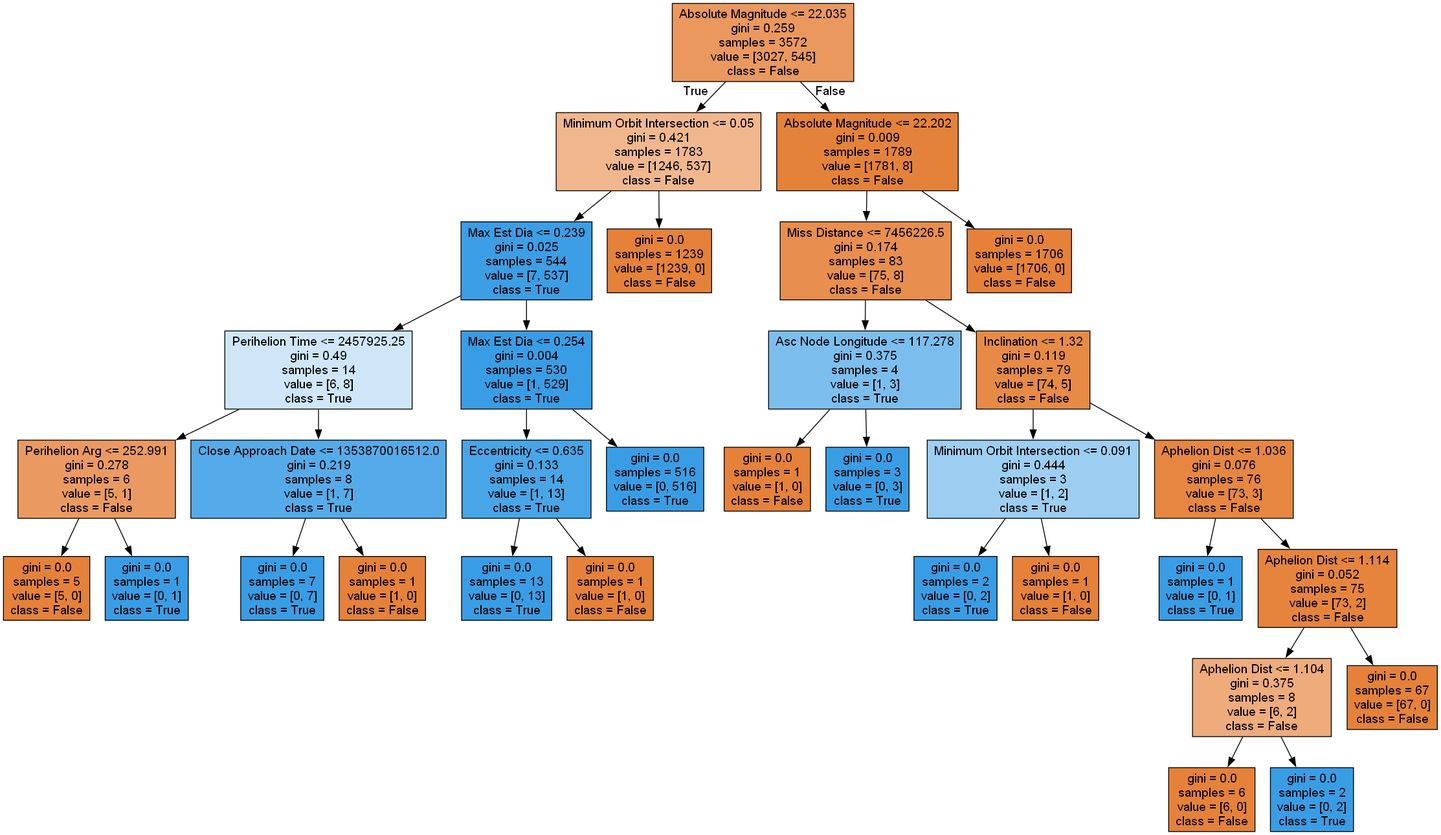
This is b_classifier/images/asteroid_dtc02.png from NoviceKim/machine-learning, a Graphviz export, as it was before one commit. Its source is kept beside it as b_classifier/images/asteroid_dtc02.dot. The source it was exported from:
```dot
digraph Tree {
node [shape=box, style="filled", color="black", fontname="helvetica"] ;
edge [fontname="helvetica"] ;
0 [label="Absolute Magnitude <= 22.035\ngini = 0.259\nsamples = 3572\nvalue = [3027, 545]\nclass = False", fillcolor="#ea985d"] ;
1 [label="Minimum Orbit Intersection <= 0.05\ngini = 0.421\nsamples = 1783\nvalue = [1246, 537]\nclass = False", fillcolor="#f0b78e"] ;
0 -> 1 [labeldistance=2.5, labelangle=45, headlabel="True"] ;
2 [label="Absolute Magnitude <= 21.979\ngini = 0.025\nsamples = 544\nvalue = [7, 537]\nclass = True", fillcolor="#3c9ee5"] ;
1 -> 2 ;
3 [label="Min Est Dia <= 0.113\ngini = 0.004\nsamples = 530\nvalue = [1, 529]\nclass = True", fillcolor="#399de5"] ;
2 -> 3 ;
4 [label="gini = 0.133\nsamples = 14\nvalue = [1, 13]\nclass = True", fillcolor="#48a5e7"] ;
3 -> 4 ;
5 [label="gini = 0.0\nsamples = 516\nvalue = [0, 516]\nclass = True", fillcolor="#399de5"] ;
3 -> 5 ;
6 [label="Close Approach Date <= 1116275015680.0\ngini = 0.49\nsamples = 14\nvalue = [6, 8]\nclass = True", fillcolor="#cee6f8"] ;
2 -> 6 ;
7 [label="gini = 0.219\nsamples = 8\nvalue = [1, 7]\nclass = True", fillcolor="#55abe9"] ;
6 -> 7 ;
8 [label="gini = 0.278\nsamples = 6\nvalue = [5, 1]\nclass = False", fillcolor="#ea9a61"] ;
6 -> 8 ;
9 [label="gini = 0.0\nsamples = 1239\nvalue = [1239, 0]\nclass = False", fillcolor="#e58139"] ;
1 -> 9 ;
10 [label="Max Est Dia <= 0.216\ngini = 0.009\nsamples = 1789\nvalue = [1781, 8]\nclass = False", fillcolor="#e5823a"] ;
0 -> 10 [labeldistance=2.5, labelangle=-45, headlabel="False"] ;
11 [label="gini = 0.0\nsamples = 1706\nvalue = [1706, 0]\nclass = False", fillcolor="#e58139"] ;
10 -> 11 ;
12 [label="Miss Distance <= 7456226.5\ngini = 0.174\nsamples = 83\nvalue = [75, 8]\nclass = False", fillcolor="#e88e4e"] ;
10 -> 12 ;
13 [label="gini = 0.375\nsamples = 4\nvalue = [1, 3]\nclass = True", fillcolor="#7bbeee"] ;
12 -> 13 ;
14 [label="Inclination <= 1.32\ngini = 0.119\nsamples = 79\nvalue = [74, 5]\nclass = False", fillcolor="#e78a46"] ;
12 -> 14 ;
15 [label="gini = 0.444\nsamples = 3\nvalue = [1, 2]\nclass = True", fillcolor="#9ccef2"] ;
14 -> 15 ;
16 [label="gini = 0.076\nsamples = 76\nvalue = [73, 3]\nclass = False", fillcolor="#e68641"] ;
14 -> 16 ;
}
```
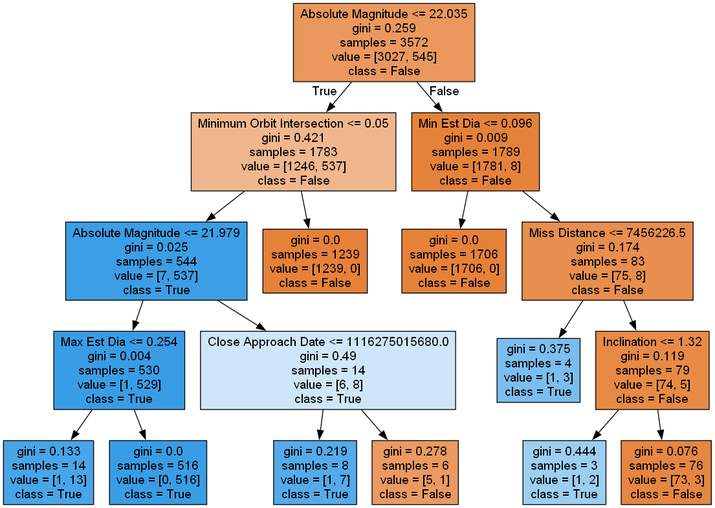
After the commit.

What changed in the source:
```diff
@@ -6,7 +6,7 @@
 0 -> 1 [labeldistance=2.5, labelangle=45, headlabel="True"] ;
 2 [label="Absolute Magnitude <= 21.979\ngini = 0.025\nsamples = 544\nvalue = [7, 537]\nclass = True", fillcolor="#3c9ee5"] ;
 1 -> 2 ;
-3 [label="Min Est Dia <= 0.113\ngini = 0.004\nsamples = 530\nvalue = [1, 529]\nclass = True", fillcolor="#399de5"] ;
+3 [label="Max Est Dia <= 0.254\ngini = 0.004\nsamples = 530\nvalue = [1, 529]\nclass = True", fillcolor="#399de5"] ;
 2 -> 3 ;
 4 [label="gini = 0.133\nsamples = 14\nvalue = [1, 13]\nclass = True", fillcolor="#48a5e7"] ;
 3 -> 4 ;
@@ -20,7 +20,7 @@
 6 -> 8 ;
 9 [label="gini = 0.0\nsamples = 1239\nvalue = [1239, 0]\nclass = False", fillcolor="#e58139"] ;
 1 -> 9 ;
-10 [label="Max Est Dia <= 0.216\ngini = 0.009\nsamples = 1789\nvalue = [1781, 8]\nclass = False", fillcolor="#e5823a"] ;
+10 [label="Min Est Dia <= 0.096\ngini = 0.009\nsamples = 1789\nvalue = [1781, 8]\nclass = False", fillcolor="#e5823a"] ;
 0 -> 10 [labeldistance=2.5, labelangle=-45, headlabel="False"] ;
 11 [label="gini = 0.0\nsamples = 1706\nvalue = [1706, 0]\nclass = False", fillcolor="#e58139"] ;
 10 -> 11 ;
```
